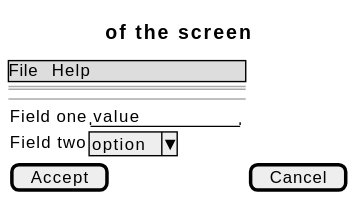
This is docs/01-requirements/use-cases/chooseCourseLayout/wireframes.svg from didactika/kampus, a PlantUML export, as it was before one commit. Source of this version:
```plantuml
@startsalt
{
  {* File | Help }
  ==
  Title of the screen
  --
  {
    Field one | "value        "
    Field two | ^option^
  }
  [ Accept ] | [ Cancel ]
}
@endsalt
```
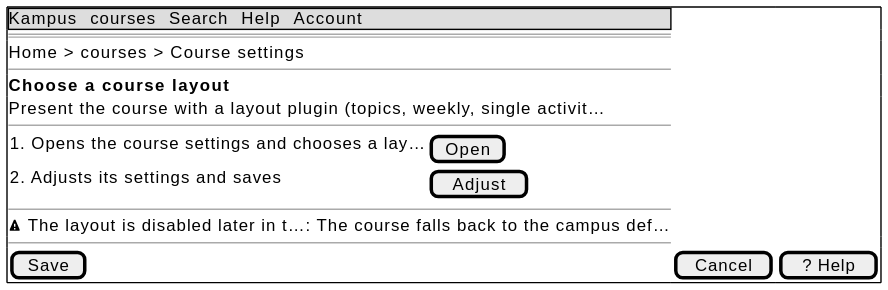
The same diagram one commit later.

The edit, as a diff of the source:
```diff
@@ -1,13 +1,19 @@
 @startsalt
-{
-  {* File | Help }
+{+
+  {* Kampus | courses | Search | Help | Account }
   ==
-  Title of the screen
+  Home > courses > Course settings
+  --
+  <b>Choose a course layout
+  Present the course with a layout plugin (topics, weekly, single activit…
   --
   {
-    Field one | "value        "
-    Field two | ^option^
+    1. Opens the course settings and chooses a lay… | [ Open ]
+    2. Adjusts its settings and saves | [ Adjust ]
   }
-  [ Accept ] | [ Cancel ]
+  --
+  <&warning> The layout is disabled later in t…: The course falls back to the campus def…
+  --
+  [ Save ] | [ Cancel ] | [ ? Help ]
 }
 @endsalt
```
